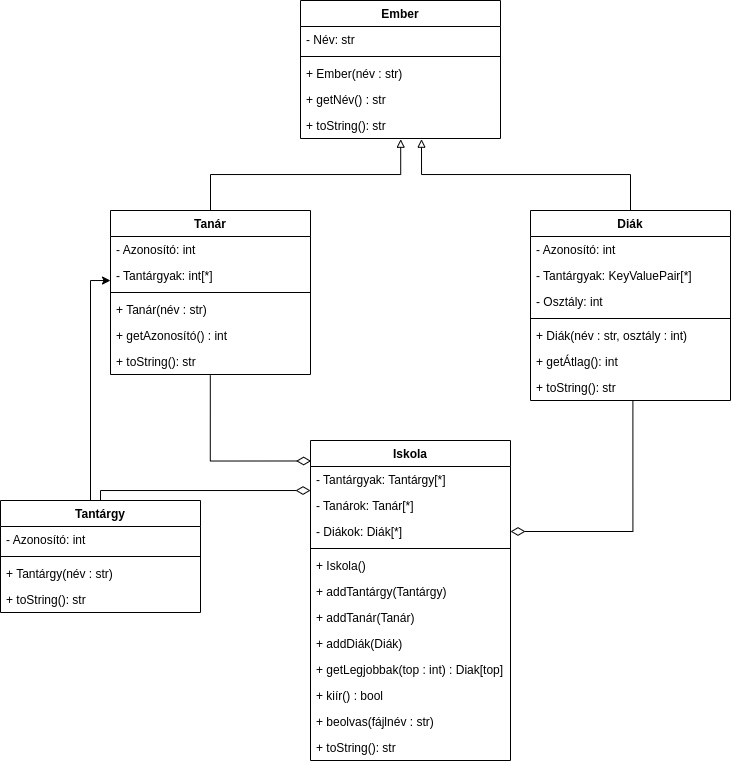
Before: ElosztottAlkalmazasokUML.drawio.png, a diagram exported from draw.io (KincsesMartonV1GS5D/ElosztottAlk). Source tidied: cells renumbered, new cells last; positions are measured from the earlier drawing's top-left corner, leaving out a move shared by most shapes.
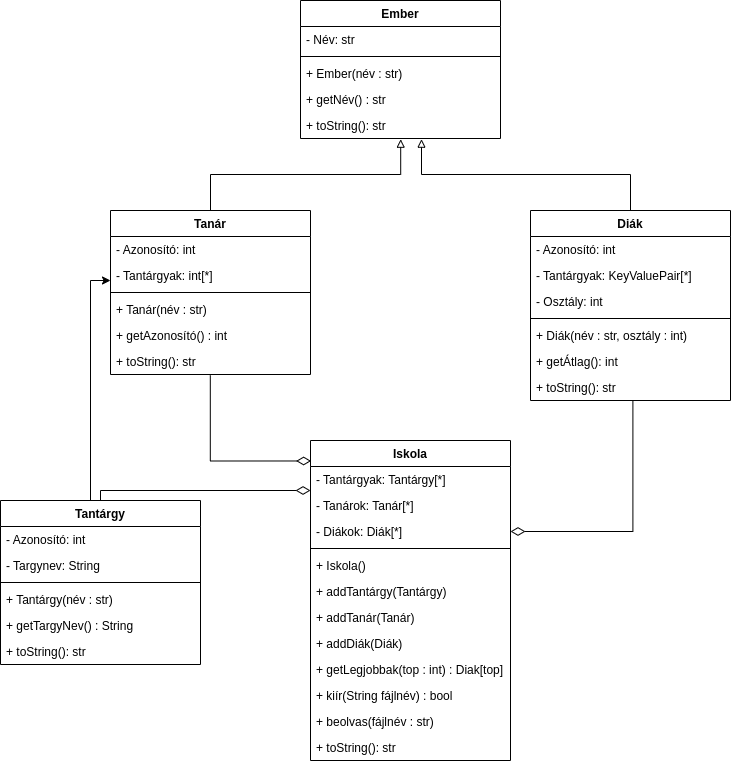
Above is the later version.

Commit message:
UML fixed Tantargy, Iskola kiir method

The edit, as a diff of the source:
```diff
@@ -86,19 +86,25 @@
       </mxGeometry>
     </mxCell>
     <mxCell id="26" value="Tantárgy" style="swimlane;fontStyle=1;align=center;verticalAlign=top;horizontal=1;startSize=26;" parent="1" vertex="1">
-      <mxGeometry y="500" width="200" height="112" as="geometry" />
+      <mxGeometry y="500" width="200" height="164" as="geometry" />
     </mxCell>
     <mxCell id="27" value="- Azonosító: int" style="text;strokeColor=none;fillColor=none;align=left;verticalAlign=top;spacingLeft=4;spacingRight=4;overflow=hidden;" parent="26" vertex="1">
       <mxGeometry y="26" width="200" height="26" as="geometry" />
     </mxCell>
+    <mxCell id="47" value="- Targynev: String" style="text;strokeColor=none;fillColor=none;align=left;verticalAlign=top;spacingLeft=4;spacingRight=4;overflow=hidden;" parent="26" vertex="1">
+      <mxGeometry y="52" width="200" height="26" as="geometry" />
+    </mxCell>
     <mxCell id="28" style="line;strokeWidth=1;fillColor=none;align=left;verticalAlign=middle;spacingTop=-1;spacingLeft=3;spacingRight=3;labelPosition=right;" parent="26" vertex="1">
-      <mxGeometry y="52" width="200" height="8" as="geometry" />
+      <mxGeometry y="78" width="200" height="8" as="geometry" />
     </mxCell>
     <mxCell id="29" value="+ Tantárgy(név : str)" style="text;strokeColor=none;fillColor=none;align=left;verticalAlign=top;spacingLeft=4;spacingRight=4;overflow=hidden;" parent="26" vertex="1">
-      <mxGeometry y="60" width="200" height="26" as="geometry" />
+      <mxGeometry y="86" width="200" height="26" as="geometry" />
     </mxCell>
+    <mxCell id="48" value="+ getTargyNev() : String" style="text;strokeColor=none;fillColor=none;align=left;verticalAlign=top;spacingLeft=4;spacingRight=4;overflow=hidden;" parent="26" vertex="1">
+      <mxGeometry y="112" width="200" height="26" as="geometry" />
+    </mxCell>
     <mxCell id="30" value="+ toString(): str" style="text;strokeColor=none;fillColor=none;align=left;verticalAlign=top;spacingLeft=4;spacingRight=4;overflow=hidden;" parent="26" vertex="1">
-      <mxGeometry y="86" width="200" height="26" as="geometry" />
+      <mxGeometry y="138" width="200" height="26" as="geometry" />
     </mxCell>
     <mxCell id="31" value="Iskola" style="swimlane;fontStyle=1;align=center;verticalAlign=top;horizontal=1;startSize=26;" parent="1" vertex="1">
       <mxGeometry x="310" y="440" width="200" height="320" as="geometry" />
@@ -130,7 +136,7 @@
     <mxCell id="40" value="+ getLegjobbak(top : int) : Diak[top]" style="text;strokeColor=none;fillColor=none;align=left;verticalAlign=top;spacingLeft=4;spacingRight=4;overflow=hidden;" parent="31" vertex="1">
       <mxGeometry y="216" width="200" height="26" as="geometry" />
     </mxCell>
-    <mxCell id="41" value="+ kiír() : bool" style="text;strokeColor=none;fillColor=none;align=left;verticalAlign=top;spacingLeft=4;spacingRight=4;overflow=hidden;" parent="31" vertex="1">
+    <mxCell id="41" value="+ kiír(String fájlnév) : bool" style="text;strokeColor=none;fillColor=none;align=left;verticalAlign=top;spacingLeft=4;spacingRight=4;overflow=hidden;" parent="31" vertex="1">
       <mxGeometry y="242" width="200" height="26" as="geometry" />
     </mxCell>
     <mxCell id="42" value="+ beolvas(fájlnév : str)" style="text;strokeColor=none;fillColor=none;align=left;verticalAlign=top;spacingLeft=4;spacingRight=4;overflow=hidden;" parent="31" vertex="1">
```
